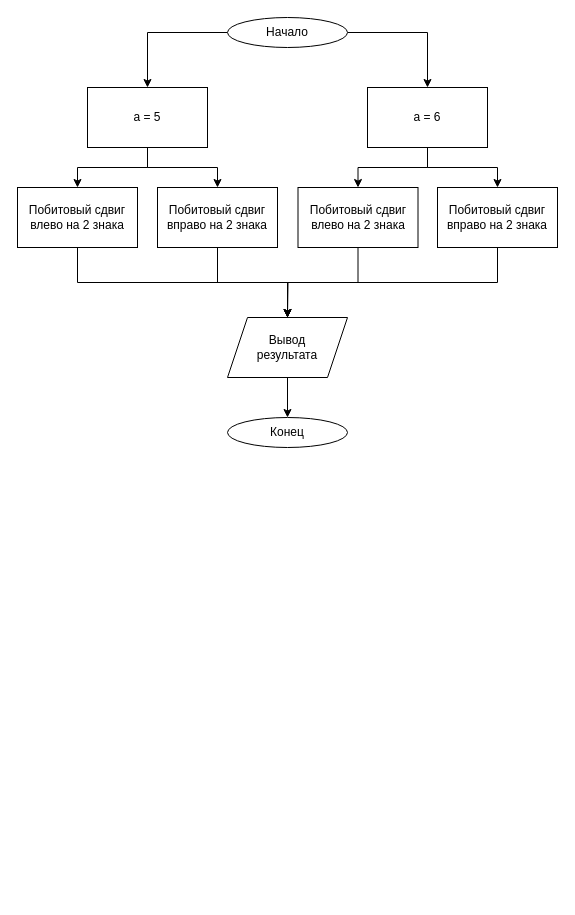
Above: page "Task-1" (1 of 2) of Lesson1.drawio in y-zZz-y/Python-algorithm (draw.io), before the change. Source tidied: cells renumbered, new cells numbered last; positions are measured from the earlier drawing's top-left corner, leaving out a move shared by most shapes. Both pictures are drawn from the tidied source at 100%, with x=0, y=0 at pixel (17, 17).
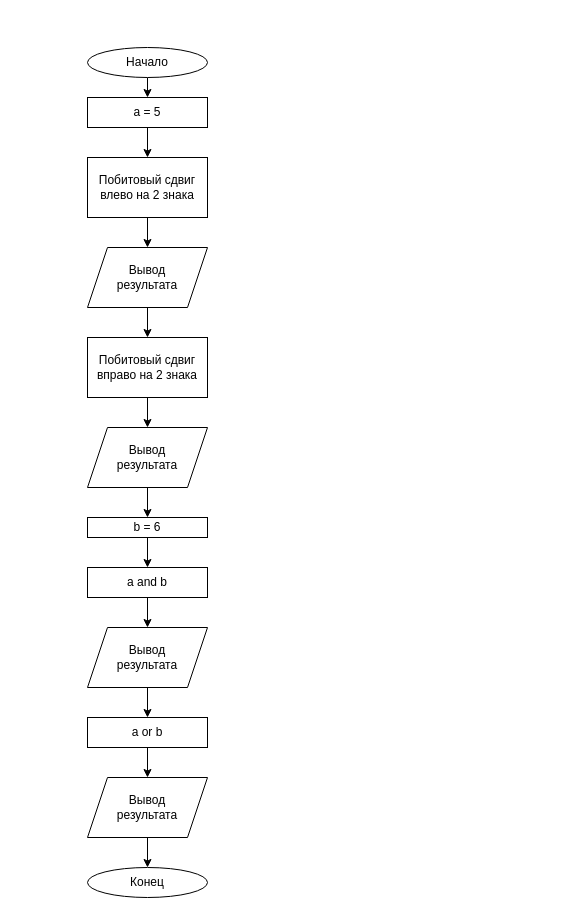
The same diagram, later.

Diff of the diagram source:
```diff
@@
-    <mxCell id="2" style="edgeStyle=orthogonalEdgeStyle;rounded=0;jettySize=auto;html=1;" parent="1" edge="1" source="4" target="17">
-      <mxGeometry relative="1" as="geometry" />
-    </mxCell>
-    <mxCell id="3" style="edgeStyle=orthogonalEdgeStyle;rounded=0;jettySize=auto;html=1;exitX=0;exitY=0.5;exitDx=0;exitDy=0;entryX=0.5;entryY=0;entryDx=0;entryDy=0;" parent="1" edge="1" source="4" target="10">
+    <mxCell id="3" style="edgeStyle=orthogonalEdgeStyle;rounded=0;jettySize=auto;html=1;exitX=0.5;exitY=1;exitDx=0;exitDy=0;entryX=0.5;entryY=0;entryDx=0;entryDy=0;" parent="1" edge="1" source="4" target="10">
       <mxGeometry relative="1" as="geometry" />
     </mxCell>
     <mxCell id="4" value="Начало" style="ellipse;whiteSpace=wrap;html=1;" parent="1" vertex="1">
-      <mxGeometry x="210" width="120" height="30" as="geometry" />
+      <mxGeometry x="70" y="30" width="120" height="30" as="geometry" />
     </mxCell>
@@
-    <mxCell id="6" style="edgeStyle=orthogonalEdgeStyle;rounded=0;jettySize=auto;html=1;exitX=0.5;exitY=1;exitDx=0;exitDy=0;" parent="1" edge="1" source="7" target="21">
-      <mxGeometry relative="1" as="geometry" />
-    </mxCell>
+    <mxCell id="23" style="edgeStyle=orthogonalEdgeStyle;rounded=0;jettySize=auto;html=1;exitX=0.5;exitY=1;exitDx=0;exitDy=0;entryX=0.5;entryY=0;entryDx=0;entryDy=0;" parent="1" edge="1" source="7" target="32">
+      <mxGeometry relative="1" as="geometry" />
+    </mxCell>
     <mxCell id="7" value="Побитовый сдвиг влево на 2 знака" style="rounded=0;whiteSpace=wrap;html=1;" parent="1" vertex="1">
-      <mxGeometry y="170" width="120" height="60" as="geometry" />
+      <mxGeometry x="70" y="140" width="120" height="60" as="geometry" />
     </mxCell>
@@
-    <mxCell id="9" style="edgeStyle=orthogonalEdgeStyle;rounded=0;jettySize=auto;html=1;entryX=0.5;entryY=0;entryDx=0;entryDy=0;" parent="1" edge="1" source="10" target="12">
-      <mxGeometry relative="1" as="geometry" />
-    </mxCell>
     <mxCell id="10" value="a = 5" style="rounded=0;whiteSpace=wrap;html=1;" parent="1" vertex="1">
-      <mxGeometry x="70" y="70" width="120" height="60" as="geometry" />
+      <mxGeometry x="70" y="80" width="120" height="30" as="geometry" />
     </mxCell>
@@
     <mxCell id="12" value="Побитовый сдвиг вправо&amp;nbsp;на 2 знака" style="rounded=0;whiteSpace=wrap;html=1;" parent="1" vertex="1">
-      <mxGeometry x="140" y="170" width="120" height="60" as="geometry" />
+      <mxGeometry x="70" y="320" width="120" height="60" as="geometry" />
     </mxCell>
-    <mxCell id="13" style="edgeStyle=orthogonalEdgeStyle;rounded=0;jettySize=auto;html=1;exitX=0.5;exitY=1;exitDx=0;exitDy=0;entryX=0.5;entryY=0;entryDx=0;entryDy=0;" parent="1" edge="1" source="14" target="21">
-      <mxGeometry relative="1" as="geometry" />
-    </mxCell>
+    <mxCell id="24" style="edgeStyle=orthogonalEdgeStyle;rounded=0;jettySize=auto;html=1;exitX=0.5;exitY=1;exitDx=0;exitDy=0;entryX=0.5;entryY=0;entryDx=0;entryDy=0;" parent="1" edge="1" source="14" target="28">
+      <mxGeometry relative="1" as="geometry" />
+    </mxCell>
-    <mxCell id="14" value="Побитовый сдвиг влево&amp;nbsp;на 2 знака" style="rounded=0;whiteSpace=wrap;html=1;" parent="1" vertex="1">
-      <mxGeometry x="280.5" y="170" width="120" height="60" as="geometry" />
+    <mxCell id="14" value="a and b" style="rounded=0;whiteSpace=wrap;html=1;" parent="1" vertex="1">
+      <mxGeometry x="70" y="550" width="120" height="30" as="geometry" />
     </mxCell>
@@
-    <mxCell id="16" style="edgeStyle=orthogonalEdgeStyle;rounded=0;jettySize=auto;html=1;entryX=0.5;entryY=0;entryDx=0;entryDy=0;" parent="1" edge="1" source="17" target="19">
-      <mxGeometry relative="1" as="geometry" />
-    </mxCell>
-    <mxCell id="17" value="a = 6" style="rounded=0;whiteSpace=wrap;html=1;" parent="1" vertex="1">
-      <mxGeometry x="350" y="70" width="120" height="60" as="geometry" />
+    <mxCell id="17" value="b&amp;nbsp;= 6" style="rounded=0;whiteSpace=wrap;html=1;" parent="1" vertex="1">
+      <mxGeometry x="70" y="500" width="120" height="20" as="geometry" />
     </mxCell>
-    <mxCell id="18" style="edgeStyle=orthogonalEdgeStyle;rounded=0;jettySize=auto;html=1;exitX=0.5;exitY=1;exitDx=0;exitDy=0;" parent="1" edge="1" source="19">
-      <mxGeometry relative="1" as="geometry">
-        <mxPoint x="270" y="300" as="targetPoint" />
-      </mxGeometry>
-    </mxCell>
+    <mxCell id="25" style="edgeStyle=orthogonalEdgeStyle;rounded=0;jettySize=auto;html=1;exitX=0.5;exitY=1;exitDx=0;exitDy=0;entryX=0.5;entryY=0;entryDx=0;entryDy=0;" parent="1" edge="1" source="19" target="30">
+      <mxGeometry relative="1" as="geometry" />
+    </mxCell>
-    <mxCell id="19" value="Побитовый сдвиг вправо&amp;nbsp;на 2 знака" style="rounded=0;whiteSpace=wrap;html=1;" parent="1" vertex="1">
-      <mxGeometry x="420" y="170" width="120" height="60" as="geometry" />
+    <mxCell id="19" value="a or b" style="rounded=0;whiteSpace=wrap;html=1;" parent="1" vertex="1">
+      <mxGeometry x="70" y="700" width="120" height="30" as="geometry" />
     </mxCell>
-    <mxCell id="20" style="edgeStyle=orthogonalEdgeStyle;rounded=0;jettySize=auto;html=1;exitX=0.5;exitY=1;exitDx=0;exitDy=0;" parent="1" edge="1" source="21" target="22">
-      <mxGeometry relative="1" as="geometry" />
-    </mxCell>
+    <mxCell id="26" style="edgeStyle=orthogonalEdgeStyle;rounded=0;jettySize=auto;html=1;exitX=0.5;exitY=1;exitDx=0;exitDy=0;entryX=0.5;entryY=0;entryDx=0;entryDy=0;" parent="1" edge="1" source="21" target="17">
+      <mxGeometry relative="1" as="geometry" />
+    </mxCell>
     <mxCell id="21" value="Вывод &lt;br&gt;результата" style="shape=parallelogram;perimeter=parallelogramPerimeter;whiteSpace=wrap;html=1;fixedSize=1;" parent="1" vertex="1">
-      <mxGeometry x="210" y="300" width="120" height="60" as="geometry" />
+      <mxGeometry x="70" y="410" width="120" height="60" as="geometry" />
     </mxCell>
     <mxCell id="22" value="Конец" style="ellipse;whiteSpace=wrap;html=1;" parent="1" vertex="1">
-      <mxGeometry x="210" y="400" width="120" height="30" as="geometry" />
+      <mxGeometry x="70" y="850" width="120" height="30" as="geometry" />
     </mxCell>
+    <mxCell id="27" style="edgeStyle=orthogonalEdgeStyle;rounded=0;jettySize=auto;html=1;exitX=0.5;exitY=1;exitDx=0;exitDy=0;entryX=0.5;entryY=0;entryDx=0;entryDy=0;" parent="1" edge="1" source="28" target="19">
+      <mxGeometry relative="1" as="geometry" />
+    </mxCell>
+    <mxCell id="28" value="Вывод &lt;br&gt;результата" style="shape=parallelogram;perimeter=parallelogramPerimeter;whiteSpace=wrap;html=1;fixedSize=1;" parent="1" vertex="1">
+      <mxGeometry x="70" y="610" width="120" height="60" as="geometry" />
+    </mxCell>
+    <mxCell id="29" style="edgeStyle=orthogonalEdgeStyle;rounded=0;jettySize=auto;html=1;exitX=0.5;exitY=1;exitDx=0;exitDy=0;entryX=0.5;entryY=0;entryDx=0;entryDy=0;" parent="1" edge="1" source="30" target="22">
+      <mxGeometry relative="1" as="geometry" />
+    </mxCell>
+    <mxCell id="30" value="Вывод &lt;br&gt;результата" style="shape=parallelogram;perimeter=parallelogramPerimeter;whiteSpace=wrap;html=1;fixedSize=1;" parent="1" vertex="1">
+      <mxGeometry x="70" y="760" width="120" height="60" as="geometry" />
+    </mxCell>
+    <mxCell id="31" style="edgeStyle=orthogonalEdgeStyle;rounded=0;jettySize=auto;html=1;exitX=0.5;exitY=1;exitDx=0;exitDy=0;entryX=0.5;entryY=0;entryDx=0;entryDy=0;" parent="1" edge="1" source="32" target="12">
+      <mxGeometry relative="1" as="geometry" />
+    </mxCell>
+    <mxCell id="32" value="Вывод &lt;br&gt;результата" style="shape=parallelogram;perimeter=parallelogramPerimeter;whiteSpace=wrap;html=1;fixedSize=1;" parent="1" vertex="1">
+      <mxGeometry x="70" y="230" width="120" height="60" as="geometry" />
+    </mxCell>
```
